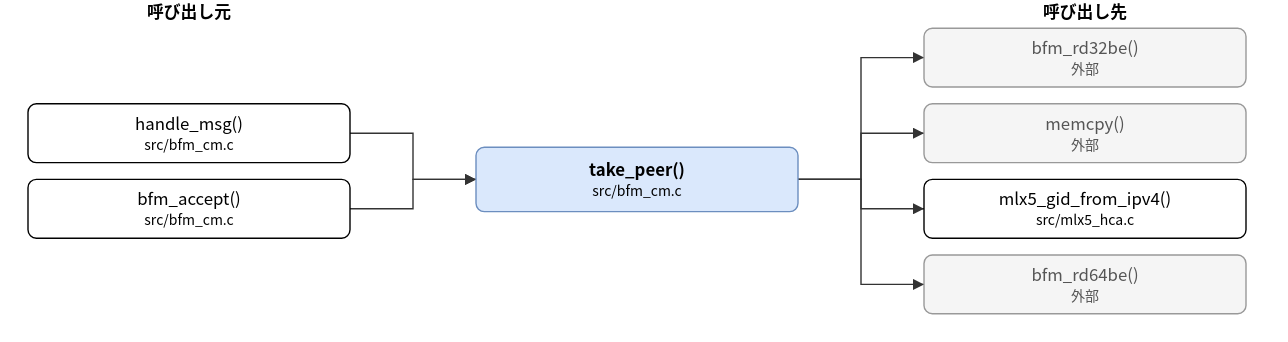
Above: doc/spec/images/call_src_bfm_cm-take_peer.drawio.svg in hf355051012-ai/bfmem (draw.io), before the change. Source tidied: cells renumbered, new cells last; positions are measured from the earlier drawing's top-left corner, leaving out a move shared by most shapes.
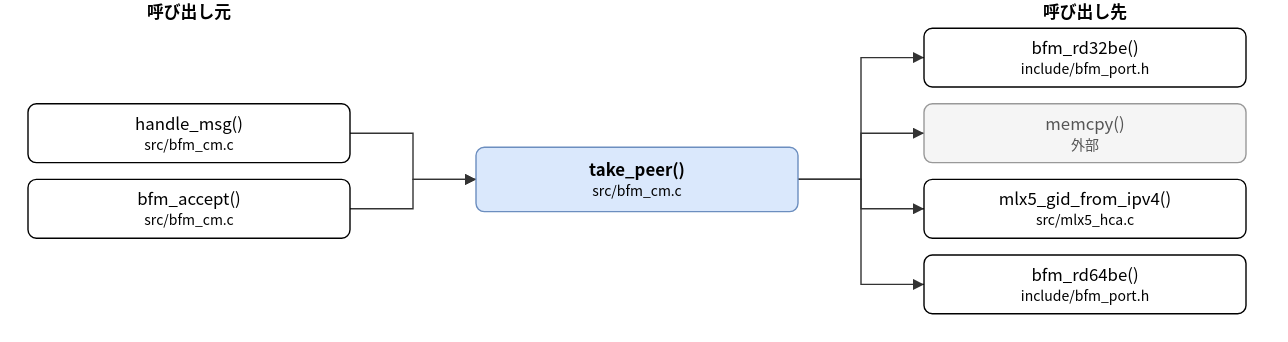
Later version of the same file.

What changed in the source:
```diff
@@ -11,7 +11,7 @@
     <mxCell id="4" value="bfm_accept()&lt;br&gt;&lt;font style=&quot;font-size:10px&quot;&gt;src/bfm_cm.c&lt;/font&gt;" style="rounded=1;whiteSpace=wrap;html=1;" parent="1" vertex="1">
       <mxGeometry y="128" width="230" height="42" as="geometry" />
     </mxCell>
-    <mxCell id="5" value="bfm_rd32be()&lt;br&gt;&lt;font style=&quot;font-size:10px&quot;&gt;外部&lt;/font&gt;" style="rounded=1;whiteSpace=wrap;html=1;fillColor=#f5f5f5;strokeColor=#999999;fontColor=#555555;" parent="1" vertex="1">
+    <mxCell id="5" value="bfm_rd32be()&lt;br&gt;&lt;font style=&quot;font-size:10px&quot;&gt;include/bfm_port.h&lt;/font&gt;" style="rounded=1;whiteSpace=wrap;html=1;" parent="1" vertex="1">
       <mxGeometry x="640" y="20" width="230" height="42" as="geometry" />
     </mxCell>
     <mxCell id="6" value="memcpy()&lt;br&gt;&lt;font style=&quot;font-size:10px&quot;&gt;外部&lt;/font&gt;" style="rounded=1;whiteSpace=wrap;html=1;fillColor=#f5f5f5;strokeColor=#999999;fontColor=#555555;" parent="1" vertex="1">
@@ -20,7 +20,7 @@
     <mxCell id="7" value="mlx5_gid_from_ipv4()&lt;br&gt;&lt;font style=&quot;font-size:10px&quot;&gt;src/mlx5_hca.c&lt;/font&gt;" style="rounded=1;whiteSpace=wrap;html=1;" parent="1" vertex="1">
       <mxGeometry x="640" y="128" width="230" height="42" as="geometry" />
     </mxCell>
-    <mxCell id="8" value="bfm_rd64be()&lt;br&gt;&lt;font style=&quot;font-size:10px&quot;&gt;外部&lt;/font&gt;" style="rounded=1;whiteSpace=wrap;html=1;fillColor=#f5f5f5;strokeColor=#999999;fontColor=#555555;" parent="1" vertex="1">
+    <mxCell id="8" value="bfm_rd64be()&lt;br&gt;&lt;font style=&quot;font-size:10px&quot;&gt;include/bfm_port.h&lt;/font&gt;" style="rounded=1;whiteSpace=wrap;html=1;" parent="1" vertex="1">
       <mxGeometry x="640" y="182" width="230" height="42" as="geometry" />
     </mxCell>
     <mxCell id="9" style="edgeStyle=none;html=1;rounded=0;endArrow=block;endFill=1;exitX=1.0000;exitY=0.5000;exitDx=0;exitDy=0;exitPerimeter=0;entryX=0.0000;entryY=0.5000;entryDx=0;entryDy=0;entryPerimeter=0;" parent="1" edge="1" source="3" target="2">
```
